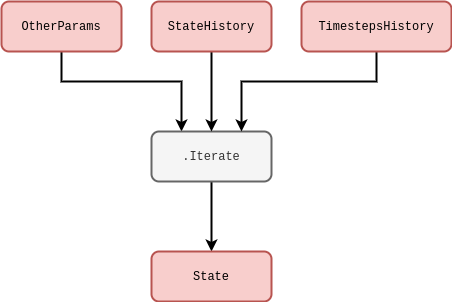
Earlier version of the draw.io export assets/stochadexI/stochadexI-fundamental-loop-code.drawio.png (umbralcalc/umbralcalc.github.io). Source tidied: cells renumbered, new cells last; positions are measured from the earlier drawing's top-left corner, leaving out a move shared by most shapes. The source it was exported from:
```xml
<mxGraphModel>
  <root>
    <mxCell id="0" />
    <mxCell id="1" parent="0" />
    <mxCell id="2" style="edgeStyle=orthogonalEdgeStyle;rounded=0;jettySize=auto;html=1;entryX=0.25;entryY=0;entryDx=0;entryDy=0;strokeWidth=2;" parent="1" edge="1" source="3" target="5">
      <mxGeometry relative="1" as="geometry">
        <Array as="points">
          <mxPoint x="60" y="80" />
          <mxPoint x="180" y="80" />
        </Array>
      </mxGeometry>
    </mxCell>
    <mxCell id="3" value="&lt;font face=&quot;Courier New&quot;&gt;OtherParams&lt;/font&gt;" style="rounded=1;whiteSpace=wrap;html=1;strokeWidth=2;fillColor=#f8cecc;strokeColor=#b85450;" parent="1" vertex="1">
      <mxGeometry width="120" height="50" as="geometry" />
    </mxCell>
    <mxCell id="4" style="edgeStyle=orthogonalEdgeStyle;rounded=0;jettySize=auto;html=1;strokeWidth=2;" parent="1" edge="1" source="5" target="10">
      <mxGeometry relative="1" as="geometry" />
    </mxCell>
    <mxCell id="5" value="&lt;font face=&quot;Courier New&quot;&gt;.Iterate&lt;/font&gt;" style="rounded=1;whiteSpace=wrap;html=1;strokeWidth=2;fillColor=#f5f5f5;fontColor=#333333;strokeColor=#666666;" parent="1" vertex="1">
      <mxGeometry x="150" y="130" width="120" height="50" as="geometry" />
    </mxCell>
    <mxCell id="6" style="edgeStyle=orthogonalEdgeStyle;rounded=0;jettySize=auto;html=1;entryX=0.5;entryY=0;entryDx=0;entryDy=0;strokeWidth=2;" parent="1" edge="1" source="7" target="5">
      <mxGeometry relative="1" as="geometry" />
    </mxCell>
    <mxCell id="7" value="&lt;font face=&quot;Courier New&quot;&gt;StateHistory&lt;/font&gt;" style="rounded=1;whiteSpace=wrap;html=1;strokeWidth=2;fillColor=#f8cecc;strokeColor=#b85450;" parent="1" vertex="1">
      <mxGeometry x="150" width="120" height="50" as="geometry" />
    </mxCell>
    <mxCell id="8" style="edgeStyle=orthogonalEdgeStyle;rounded=0;jettySize=auto;html=1;entryX=0.75;entryY=0;entryDx=0;entryDy=0;strokeWidth=2;" parent="1" edge="1" source="9" target="5">
      <mxGeometry relative="1" as="geometry">
        <Array as="points">
          <mxPoint x="375" y="80" />
          <mxPoint x="240" y="80" />
        </Array>
      </mxGeometry>
    </mxCell>
    <mxCell id="9" value="&lt;font face=&quot;Courier New&quot;&gt;TimestepsHistory&lt;/font&gt;" style="rounded=1;whiteSpace=wrap;html=1;strokeWidth=2;fillColor=#f8cecc;strokeColor=#b85450;" parent="1" vertex="1">
      <mxGeometry x="300" width="150" height="50" as="geometry" />
    </mxCell>
    <mxCell id="10" value="&lt;font face=&quot;Courier New&quot;&gt;State&lt;/font&gt;" style="rounded=1;whiteSpace=wrap;html=1;strokeWidth=2;fillColor=#f8cecc;strokeColor=#b85450;" parent="1" vertex="1">
      <mxGeometry x="150" y="250" width="120" height="50" as="geometry" />
    </mxCell>
  </root>
</mxGraphModel>
```
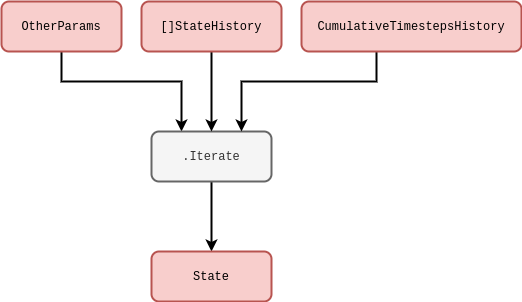
Above is the later version.

Diff of the diagram source:
```diff
@@ -22,8 +22,8 @@
     <mxCell id="6" style="edgeStyle=orthogonalEdgeStyle;rounded=0;jettySize=auto;html=1;entryX=0.5;entryY=0;entryDx=0;entryDy=0;strokeWidth=2;" parent="1" edge="1" source="7" target="5">
       <mxGeometry relative="1" as="geometry" />
     </mxCell>
-    <mxCell id="7" value="&lt;font face=&quot;Courier New&quot;&gt;StateHistory&lt;/font&gt;" style="rounded=1;whiteSpace=wrap;html=1;strokeWidth=2;fillColor=#f8cecc;strokeColor=#b85450;" parent="1" vertex="1">
-      <mxGeometry x="150" width="120" height="50" as="geometry" />
+    <mxCell id="7" value="&lt;font face=&quot;Courier New&quot;&gt;[]StateHistory&lt;/font&gt;" style="rounded=1;whiteSpace=wrap;html=1;strokeWidth=2;fillColor=#f8cecc;strokeColor=#b85450;" parent="1" vertex="1">
+      <mxGeometry x="140" width="140" height="50" as="geometry" />
     </mxCell>
     <mxCell id="8" style="edgeStyle=orthogonalEdgeStyle;rounded=0;jettySize=auto;html=1;entryX=0.75;entryY=0;entryDx=0;entryDy=0;strokeWidth=2;" parent="1" edge="1" source="9" target="5">
       <mxGeometry relative="1" as="geometry">
@@ -33,8 +33,8 @@
         </Array>
       </mxGeometry>
     </mxCell>
-    <mxCell id="9" value="&lt;font face=&quot;Courier New&quot;&gt;TimestepsHistory&lt;/font&gt;" style="rounded=1;whiteSpace=wrap;html=1;strokeWidth=2;fillColor=#f8cecc;strokeColor=#b85450;" parent="1" vertex="1">
-      <mxGeometry x="300" width="150" height="50" as="geometry" />
+    <mxCell id="9" value="&lt;font face=&quot;Courier New&quot;&gt;CumulativeTimestepsHistory&lt;/font&gt;" style="rounded=1;whiteSpace=wrap;html=1;strokeWidth=2;fillColor=#f8cecc;strokeColor=#b85450;" parent="1" vertex="1">
+      <mxGeometry x="300" width="220" height="50" as="geometry" />
     </mxCell>
     <mxCell id="10" value="&lt;font face=&quot;Courier New&quot;&gt;State&lt;/font&gt;" style="rounded=1;whiteSpace=wrap;html=1;strokeWidth=2;fillColor=#f8cecc;strokeColor=#b85450;" parent="1" vertex="1">
       <mxGeometry x="150" y="250" width="120" height="50" as="geometry" />
```
